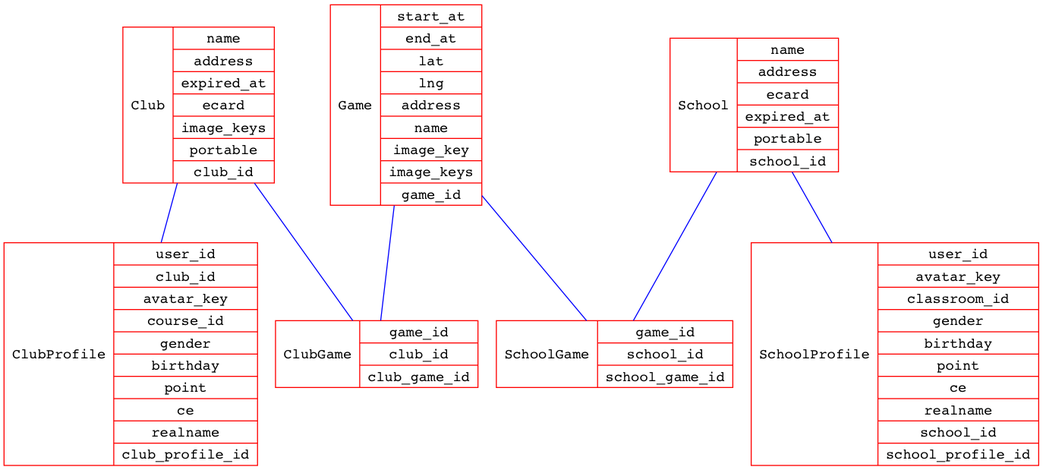
Above: test.dot.png in KTFootball/schema_simple_er_map (Graphviz), before the change. Its source is kept beside it as test.dot. The source it was exported from:
```dot
digraph g {
node [shape=record,color=Red,fontname=Courier];
edge [color=Blue]
Club [label="Club|{name|address|expired_at|ecard|image_keys|portable|club_id}"];
School [label="School|{name|address|ecard|expired_at|portable|school_id}"];
Game [label="Game|{start_at|end_at|lat|lng|address|name|image_key|image_keys|game_id}"];
ClubGame [label="ClubGame|{game_id|club_id|club_game_id}"];
SchoolGame [label="SchoolGame|{game_id|school_id|school_game_id}"];
ClubProfile [label="ClubProfile|{user_id|club_id|avatar_key|course_id|gender|birthday|point|ce|realname|club_profile_id}"];
SchoolProfile [label="SchoolProfile|{user_id|avatar_key|classroom_id|gender|birthday|point|ce|realname|school_id|school_profile_id}"];
Club -> ClubGame [dir="none"]
Club -> ClubProfile [dir="none"]
School -> SchoolGame [dir="none"]
School -> SchoolProfile [dir="none"]
Game -> ClubGame [dir="none"]
Game -> SchoolGame [dir="none"]
}
```
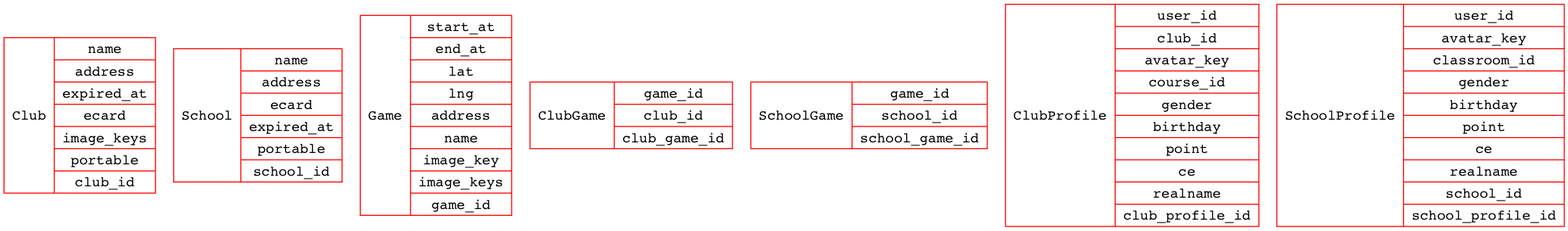
Later version of the same file.

What changed in the source:
```diff
@@ -8,10 +8,4 @@
 SchoolGame [label="SchoolGame|{game_id|school_id|school_game_id}"];
 ClubProfile [label="ClubProfile|{user_id|club_id|avatar_key|course_id|gender|birthday|point|ce|realname|club_profile_id}"];
 SchoolProfile [label="SchoolProfile|{user_id|avatar_key|classroom_id|gender|birthday|point|ce|realname|school_id|school_profile_id}"];
-Club -> ClubGame [dir="none"]
-Club -> ClubProfile [dir="none"]
-School -> SchoolGame [dir="none"]
-School -> SchoolProfile [dir="none"]
-Game -> ClubGame [dir="none"]
-Game -> SchoolGame [dir="none"]
 }
```
